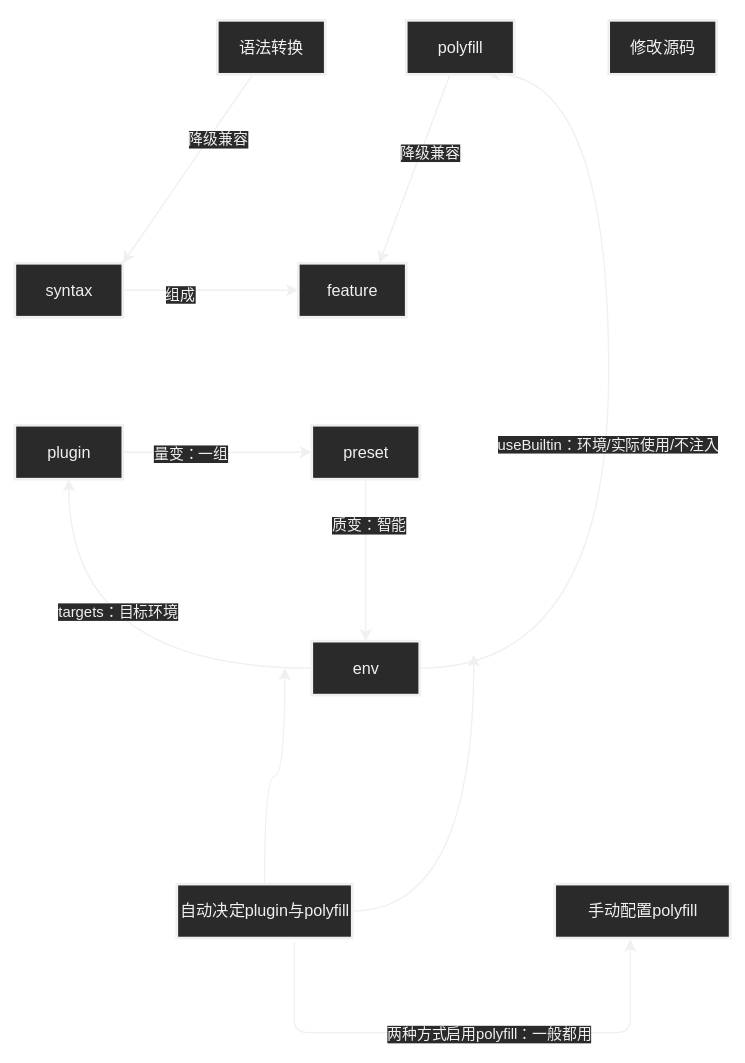
This is 笔记/前端/工程化/assets/babel基本概念.svg from Echo-Yanglulu/obsidianPrivateNote, a draw.io export, as it was before one commit. Source tidied: cells renumbered, new cells last; positions are measured from the earlier drawing's top-left corner, leaving out a move shared by most shapes. The source it was exported from:
```xml
<mxGraphModel>
  <root>
    <mxCell id="0" />
    <mxCell id="1" parent="0" />
    <mxCell id="2" style="edgeStyle=none;html=1;" parent="1" edge="1" source="4" target="5">
      <mxGeometry relative="1" as="geometry" />
    </mxCell>
    <mxCell id="3" value="组成" style="edgeLabel;html=1;align=center;verticalAlign=middle;" parent="2" vertex="1">
      <mxGeometry x="-0.37" y="-2" relative="1" as="geometry" />
    </mxCell>
    <mxCell id="4" value="syntax" style="strokeWidth=2;html=1;shape=mxgraph.flowchart.document2;whiteSpace=wrap;size=0.25;" parent="1" vertex="1">
      <mxGeometry y="180" width="80" height="40" as="geometry" />
    </mxCell>
    <mxCell id="5" value="feature" style="strokeWidth=2;html=1;shape=mxgraph.flowchart.document2;whiteSpace=wrap;size=0.25;" parent="1" vertex="1">
      <mxGeometry x="210" y="180" width="80" height="40" as="geometry" />
    </mxCell>
    <mxCell id="6" style="edgeStyle=none;html=1;" parent="1" edge="1" source="8" target="11">
      <mxGeometry relative="1" as="geometry" />
    </mxCell>
    <mxCell id="7" value="量变：一组" style="edgeLabel;html=1;align=center;verticalAlign=middle;" parent="6" vertex="1">
      <mxGeometry x="-0.3" relative="1" as="geometry" />
    </mxCell>
    <mxCell id="8" value="plugin" style="strokeWidth=2;html=1;shape=mxgraph.flowchart.document2;whiteSpace=wrap;size=0.25;" parent="1" vertex="1">
      <mxGeometry y="300" width="80" height="40" as="geometry" />
    </mxCell>
    <mxCell id="9" style="edgeStyle=none;html=1;entryX=0.5;entryY=0;entryDx=0;entryDy=0;" parent="1" edge="1" source="11" target="16">
      <mxGeometry relative="1" as="geometry" />
    </mxCell>
    <mxCell id="10" value="质变：智能" style="edgeLabel;html=1;align=center;verticalAlign=middle;" parent="9" vertex="1">
      <mxGeometry x="-0.45" y="1" relative="1" as="geometry" />
    </mxCell>
    <mxCell id="11" value="preset" style="strokeWidth=2;html=1;shape=mxgraph.flowchart.document2;whiteSpace=wrap;size=0.25;" parent="1" vertex="1">
      <mxGeometry x="220" y="300" width="80" height="40" as="geometry" />
    </mxCell>
    <mxCell id="12" style="edgeStyle=orthogonalEdgeStyle;html=1;entryX=0.75;entryY=1;entryDx=0;entryDy=0;curved=1;" parent="1" edge="1" source="16" target="22">
      <mxGeometry relative="1" as="geometry">
        <Array as="points">
          <mxPoint x="440" y="480" />
          <mxPoint x="440" y="40" />
        </Array>
      </mxGeometry>
    </mxCell>
    <mxCell id="13" value="useBuiltin：环境/实际使用/不注入" style="edgeLabel;html=1;align=center;verticalAlign=middle;" parent="12" vertex="1">
      <mxGeometry x="-0.08" y="2" relative="1" as="geometry" />
    </mxCell>
    <mxCell id="14" style="edgeStyle=orthogonalEdgeStyle;curved=1;html=1;" parent="1" edge="1" source="16" target="8">
      <mxGeometry relative="1" as="geometry" />
    </mxCell>
    <mxCell id="15" value="targets：目标环境" style="edgeLabel;html=1;align=center;verticalAlign=middle;" parent="14" vertex="1">
      <mxGeometry x="0.39" y="-35" relative="1" as="geometry" />
    </mxCell>
    <mxCell id="16" value="env" style="strokeWidth=2;html=1;shape=mxgraph.flowchart.document2;whiteSpace=wrap;size=0.25;" parent="1" vertex="1">
      <mxGeometry x="220" y="460" width="80" height="40" as="geometry" />
    </mxCell>
    <mxCell id="17" style="edgeStyle=none;html=1;entryX=1;entryY=0;entryDx=0;entryDy=0;" parent="1" edge="1" source="19" target="4">
      <mxGeometry relative="1" as="geometry" />
    </mxCell>
    <mxCell id="18" value="降级兼容" style="edgeLabel;html=1;align=center;verticalAlign=middle;" parent="17" vertex="1">
      <mxGeometry x="-0.37" y="5" relative="1" as="geometry" />
    </mxCell>
    <mxCell id="19" value="语法转换" style="strokeWidth=2;html=1;shape=mxgraph.flowchart.document2;whiteSpace=wrap;size=0.25;" parent="1" vertex="1">
      <mxGeometry x="150" width="80" height="40" as="geometry" />
    </mxCell>
    <mxCell id="20" style="edgeStyle=none;html=1;entryX=0.75;entryY=0;entryDx=0;entryDy=0;" parent="1" edge="1" source="22" target="5">
      <mxGeometry relative="1" as="geometry" />
    </mxCell>
    <mxCell id="21" value="降级兼容" style="edgeLabel;html=1;align=center;verticalAlign=middle;" parent="20" vertex="1">
      <mxGeometry x="-0.2" y="5" relative="1" as="geometry" />
    </mxCell>
    <mxCell id="22" value="polyfill" style="strokeWidth=2;html=1;shape=mxgraph.flowchart.document2;whiteSpace=wrap;size=0.25;" parent="1" vertex="1">
      <mxGeometry x="290" width="80" height="40" as="geometry" />
    </mxCell>
    <mxCell id="23" value="修改源码" style="strokeWidth=2;html=1;shape=mxgraph.flowchart.document2;whiteSpace=wrap;size=0.25;" parent="1" vertex="1">
      <mxGeometry x="440" width="80" height="40" as="geometry" />
    </mxCell>
    <mxCell id="24" style="edgeStyle=orthogonalEdgeStyle;curved=1;html=1;" parent="1" edge="1" source="28">
      <mxGeometry relative="1" as="geometry">
        <mxPoint x="200" y="480" as="targetPoint" />
      </mxGeometry>
    </mxCell>
    <mxCell id="25" style="edgeStyle=orthogonalEdgeStyle;curved=1;html=1;" parent="1" edge="1" source="28">
      <mxGeometry relative="1" as="geometry">
        <mxPoint x="340" y="470" as="targetPoint" />
      </mxGeometry>
    </mxCell>
    <mxCell id="26" style="html=1;edgeStyle=elbowEdgeStyle;elbow=vertical;exitX=0.669;exitY=1.075;exitDx=0;exitDy=0;exitPerimeter=0;entryX=0.431;entryY=1.025;entryDx=0;entryDy=0;entryPerimeter=0;" parent="1" edge="1" source="28" target="29">
      <mxGeometry relative="1" as="geometry">
        <Array as="points">
          <mxPoint x="350" y="750" />
        </Array>
      </mxGeometry>
    </mxCell>
    <mxCell id="27" value="两种方式启用polyfill：一般都用" style="edgeLabel;html=1;align=center;verticalAlign=middle;" parent="26" vertex="1">
      <mxGeometry x="0.1" relative="1" as="geometry" />
    </mxCell>
    <mxCell id="28" value="自动决定plugin与polyfill" style="strokeWidth=2;html=1;shape=mxgraph.flowchart.document2;whiteSpace=wrap;size=0.25;" parent="1" vertex="1">
      <mxGeometry x="120" y="640" width="130" height="40" as="geometry" />
    </mxCell>
    <mxCell id="29" value="手动配置polyfill" style="strokeWidth=2;html=1;shape=mxgraph.flowchart.document2;whiteSpace=wrap;size=0.25;" parent="1" vertex="1">
      <mxGeometry x="400" y="640" width="130" height="40" as="geometry" />
    </mxCell>
  </root>
</mxGraphModel>
```
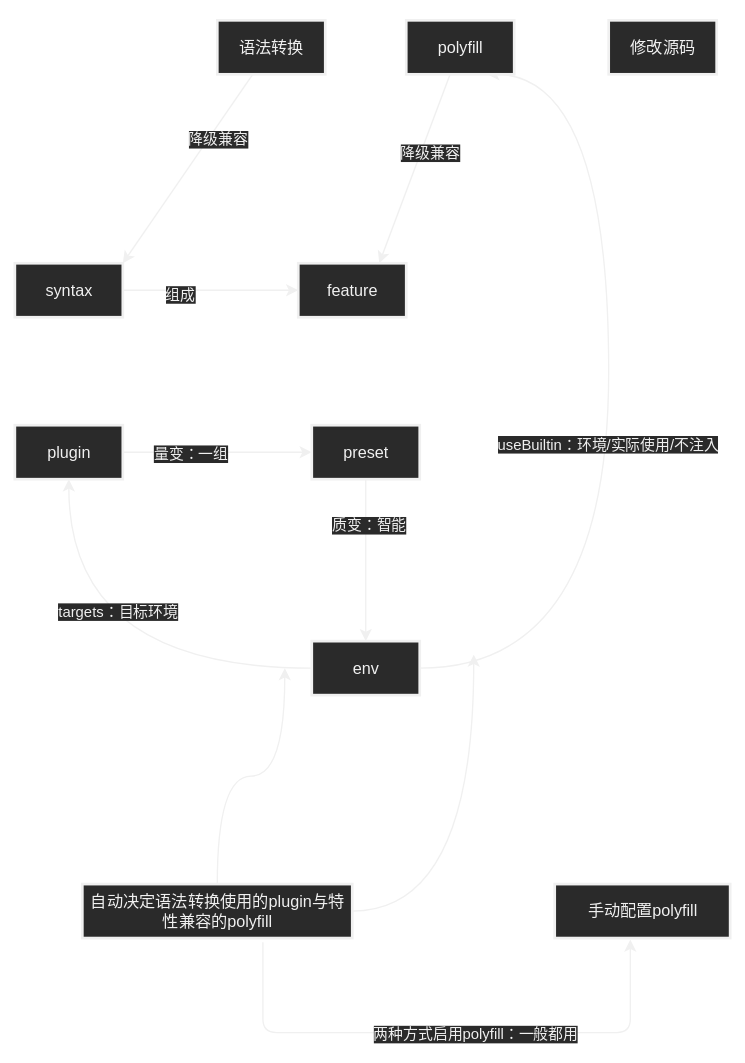
Above is the later version.

Diff of the diagram source:
```diff
@@ -93,8 +93,8 @@
     <mxCell id="27" value="两种方式启用polyfill：一般都用" style="edgeLabel;html=1;align=center;verticalAlign=middle;" parent="26" vertex="1">
       <mxGeometry x="0.1" relative="1" as="geometry" />
     </mxCell>
-    <mxCell id="28" value="自动决定plugin与polyfill" style="strokeWidth=2;html=1;shape=mxgraph.flowchart.document2;whiteSpace=wrap;size=0.25;" parent="1" vertex="1">
-      <mxGeometry x="120" y="640" width="130" height="40" as="geometry" />
+    <mxCell id="28" value="自动决定语法转换使用的plugin与特性兼容的polyfill" style="strokeWidth=2;html=1;shape=mxgraph.flowchart.document2;whiteSpace=wrap;size=0.25;" parent="1" vertex="1">
+      <mxGeometry x="50" y="640" width="200" height="40" as="geometry" />
     </mxCell>
     <mxCell id="29" value="手动配置polyfill" style="strokeWidth=2;html=1;shape=mxgraph.flowchart.document2;whiteSpace=wrap;size=0.25;" parent="1" vertex="1">
       <mxGeometry x="400" y="640" width="130" height="40" as="geometry" />
```
